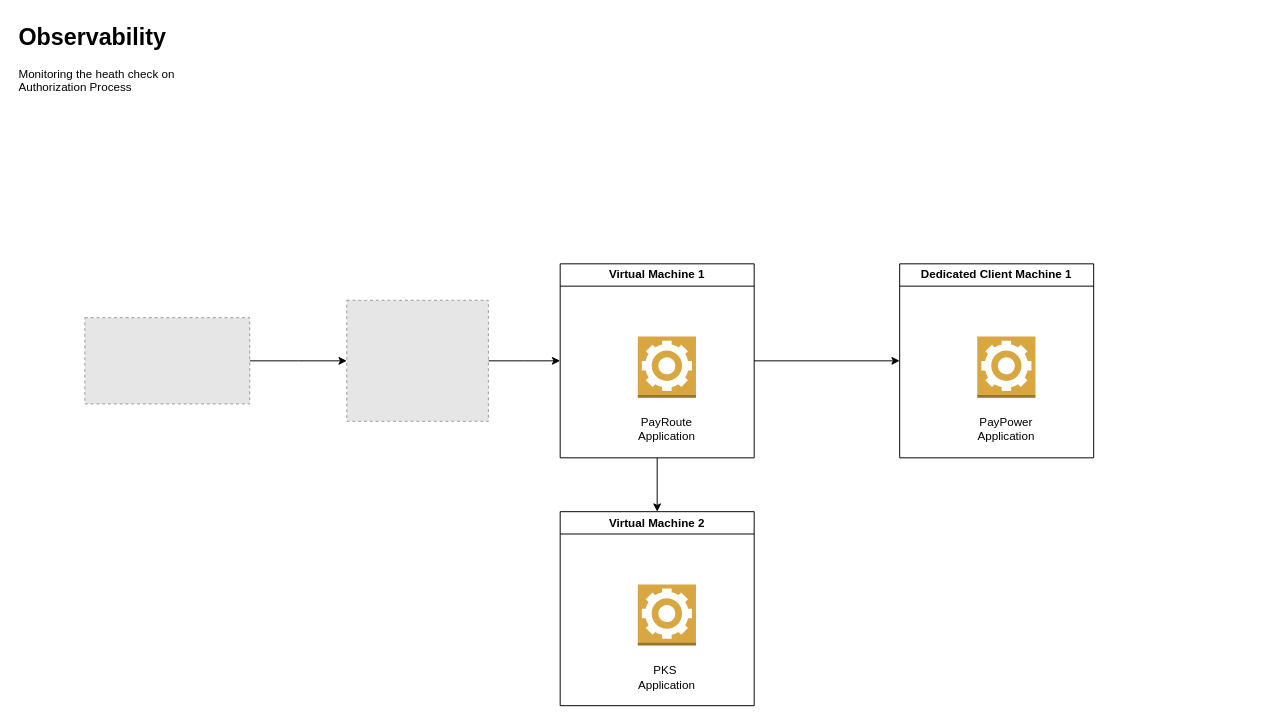
Before: page "Página-3" (3 of 3) of PayPower_Synthetic Monitor.drawio in LucasLeiteCesar/DrawArch, a draw.io diagram. Source tidied: cells renumbered, new cells numbered last; positions are measured from the earlier drawing's top-left corner, leaving out a move shared by most shapes. Both pictures are drawn from the tidied source at 97%, with x=0, y=0 at pixel (16, 16). Pictures stored in the file or linked from it are replaced by grey dashed boxes.
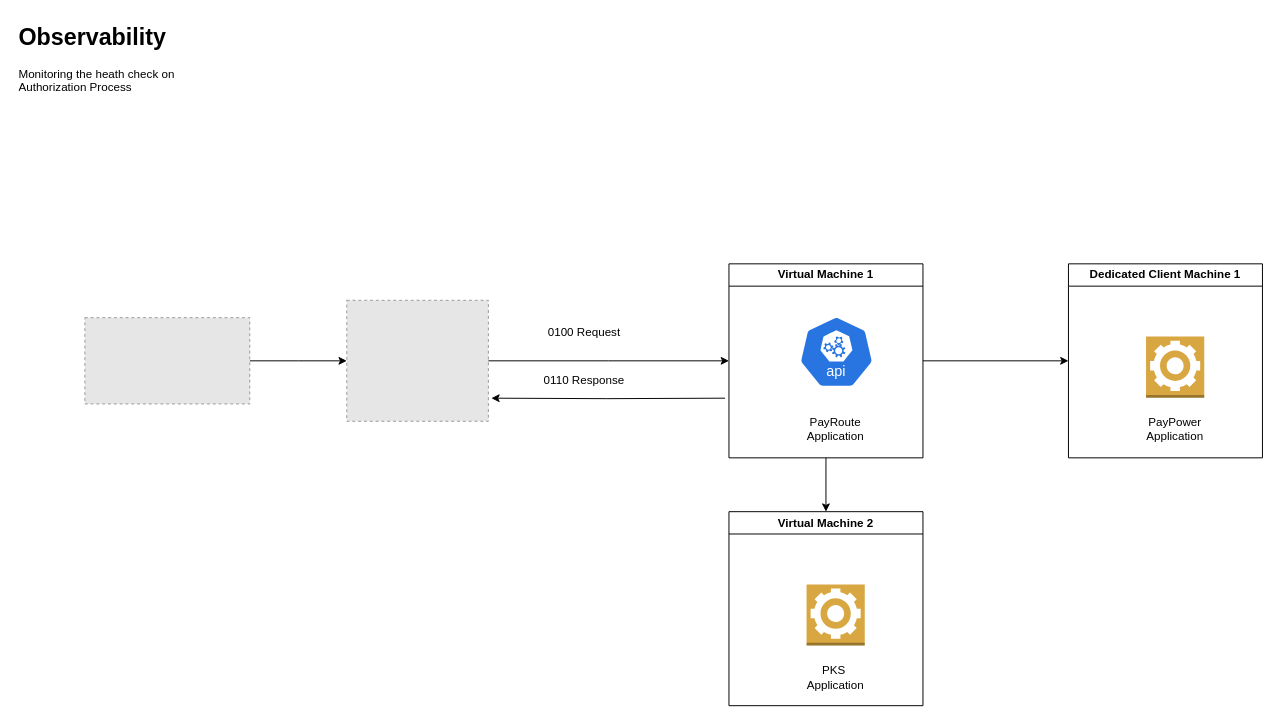
The same diagram, later.

Commit message:
Change PayRoute to API Request

The change refers to these unchanged cells:
```xml
<mxCell id="5" style="fillColor=#E6E6E6;strokeColor=#999999;dashed=1;verticalLabelPosition=bottom;labelBackgroundColor=default;verticalAlign=top;" parent="1" vertex="1">
  <mxGeometry x="340" y="292.1" width="146" height="124.7" as="geometry" />
</mxCell>
```

The edit, as a diff of the source:
```diff
@@
-    <mxCell id="4" style="edgeStyle=orthogonalEdgeStyle;rounded=0;jettySize=auto;html=1;entryX=0;entryY=0.5;entryDx=0;entryDy=0;" parent="1" edge="1" source="5" target="9">
-      <mxGeometry relative="1" as="geometry" />
-    </mxCell>
@@
     <mxCell id="9" value="Virtual Machine 1" style="swimlane;whiteSpace=wrap;html=1;" parent="1" vertex="1">
-      <mxGeometry x="560" y="254.5" width="200" height="200" as="geometry" />
+      <mxGeometry x="734" y="254.5" width="200" height="200" as="geometry" />
     </mxCell>
-    <mxCell id="10" style="dashed=0;verticalLabelPosition=bottom;verticalAlign=top;align=center;html=1;shape=mxgraph.aws3.worker;fillColor=#D9A741;gradientColor=none;" parent="9" vertex="1">
-      <mxGeometry x="80" y="75" width="60" height="63" as="geometry" />
-    </mxCell>
@@
+    <mxCell id="18" style="sketch=0;html=1;dashed=0;whitespace=wrap;fillColor=#2875E2;strokeColor=#ffffff;shape=mxgraph.kubernetes.icon2;kubernetesLabel=1;prIcon=api;" parent="9" vertex="1">
+      <mxGeometry x="72" y="53.5" width="77.6" height="74.5" as="geometry" />
+    </mxCell>
     <mxCell id="12" value="Virtual Machine 2" style="swimlane;whiteSpace=wrap;html=1;" parent="1" vertex="1">
-      <mxGeometry x="560" y="510" width="200" height="200" as="geometry" />
+      <mxGeometry x="734" y="510" width="200" height="200" as="geometry" />
     </mxCell>
@@
     <mxCell id="15" value="Dedicated Client Machine 1" style="swimlane;whiteSpace=wrap;html=1;" parent="1" vertex="1">
-      <mxGeometry x="910" y="254.5" width="200" height="200" as="geometry" />
+      <mxGeometry x="1084" y="254.5" width="200" height="200" as="geometry" />
     </mxCell>
@@
+    <mxCell id="4" style="edgeStyle=orthogonalEdgeStyle;rounded=0;jettySize=auto;html=1;entryX=0;entryY=0.5;entryDx=0;entryDy=0;" parent="1" edge="1" source="5" target="9">
+      <mxGeometry relative="1" as="geometry" />
+    </mxCell>
+    <mxCell id="19" value="0100 Request" style="text;html=1;align=center;verticalAlign=middle;whiteSpace=wrap;rounded=0;" parent="1" vertex="1">
+      <mxGeometry x="540" y="310" width="90" height="30" as="geometry" />
+    </mxCell>
+    <mxCell id="20" style="edgeStyle=orthogonalEdgeStyle;rounded=0;jettySize=auto;html=1;entryX=1.021;entryY=0.809;entryDx=0;entryDy=0;entryPerimeter=0;" parent="1" edge="1" target="5">
+      <mxGeometry relative="1" as="geometry">
+        <mxPoint x="730" y="393" as="sourcePoint" />
+      </mxGeometry>
+    </mxCell>
+    <mxCell id="21" value="0110 Response" style="text;html=1;align=center;verticalAlign=middle;whiteSpace=wrap;rounded=0;" parent="1" vertex="1">
+      <mxGeometry x="530" y="360" width="110" height="30" as="geometry" />
+    </mxCell>
```
